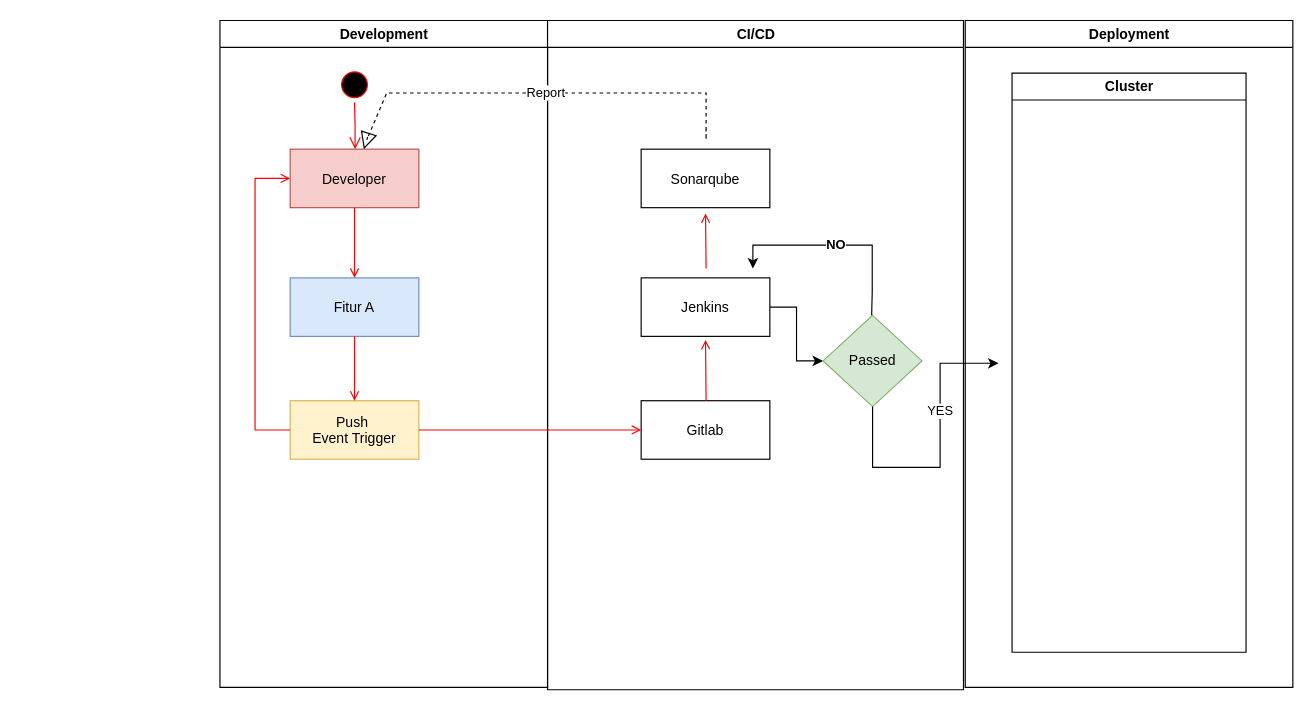
Before: flow.drawio in admhabits/admhabits, a draw.io diagram. Source tidied: cells renumbered, new cells numbered last; positions are measured from the earlier drawing's top-left corner, leaving out a move shared by most shapes. Both pictures are drawn from the tidied source at 117%, with x=0, y=0 at pixel (219, 20). Pictures stored in the file or linked from it are replaced by grey dashed boxes.
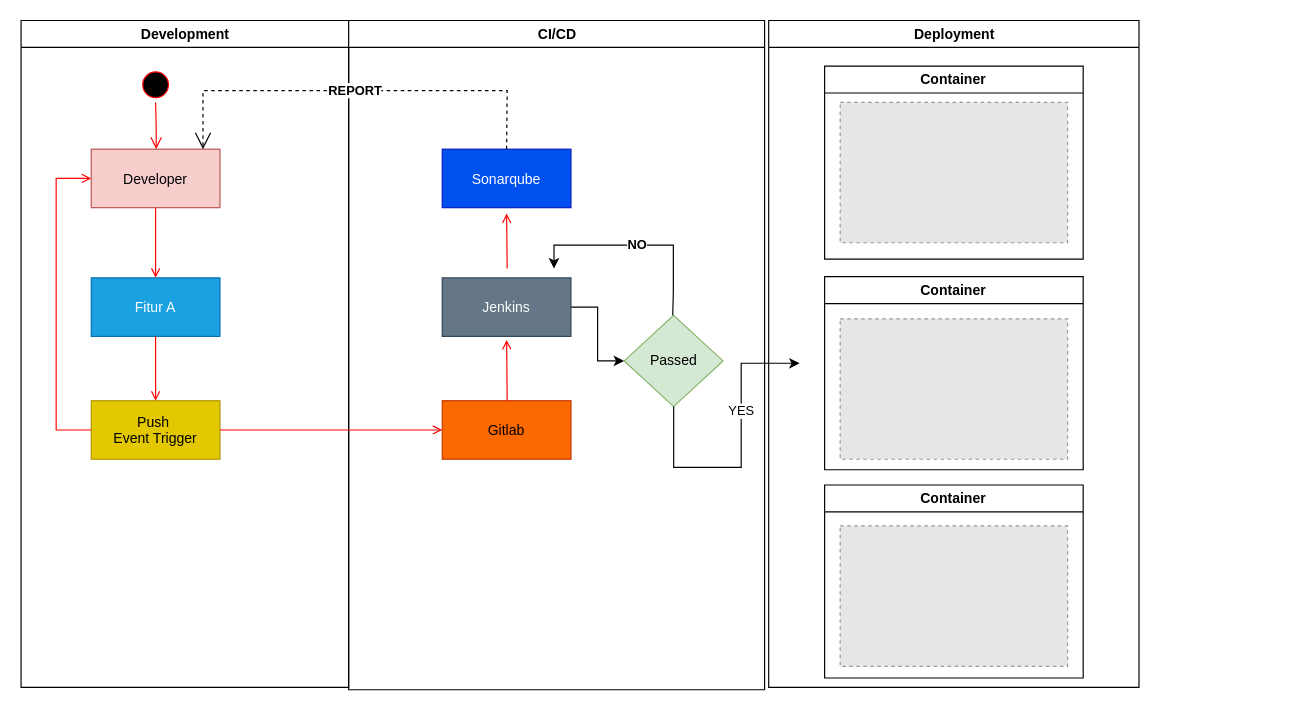
The same diagram, later.

Unchanged cells that the change refers to:
```xml
<mxCell id="5" value="Developer" style="fillColor=#f8cecc;strokeColor=#b85450;" parent="2" vertex="1">
  <mxGeometry x="60" y="110" width="110" height="50" as="geometry" />
</mxCell>
<mxCell id="18" value="Passed" style="rhombus;whiteSpace=wrap;html=1;fillColor=#d5e8d4;strokeColor=#82b366;" parent="11" vertex="1">
  <mxGeometry x="235.5" y="252" width="84.5" height="78" as="geometry" />
</mxCell>
```

Diff of the diagram source:
```diff
@@
+    <mxCell id="25" style="group;" parent="1" vertex="1">
+      <mxGeometry x="-169.5" width="955.5" height="572" as="geometry" />
+    </mxCell>
-    <mxCell id="2" value="Development" style="swimlane;whiteSpace=wrap;" parent="1" vertex="1">
-      <mxGeometry x="0.5" width="280" height="570" as="geometry" />
+    <mxCell id="2" value="Development" style="swimlane;whiteSpace=wrap;" parent="25" vertex="1">
+      <mxGeometry width="280" height="570" as="geometry" />
     </mxCell>
@@
-    <mxCell id="6" value="Fitur A" style="fillColor=#dae8fc;strokeColor=#6c8ebf;" parent="2" vertex="1">
+    <mxCell id="6" value="Fitur A" style="fillColor=#1ba1e2;strokeColor=#006EAF;fontColor=#ffffff;" parent="2" vertex="1">
       <mxGeometry x="60" y="220" width="110" height="50" as="geometry" />
     </mxCell>
@@
-    <mxCell id="8" value="Push &#10;Event Trigger" style="fillColor=#fff2cc;strokeColor=#d6b656;" parent="2" vertex="1">
+    <mxCell id="8" value="Push &#10;Event Trigger" style="fillColor=#e3c800;strokeColor=#B09500;fontColor=#000000;" parent="2" vertex="1">
       <mxGeometry x="60" y="325" width="110" height="50" as="geometry" />
     </mxCell>
@@
-    <mxCell id="11" value="CI/CD" style="swimlane;whiteSpace=wrap;" parent="1" vertex="1">
-      <mxGeometry x="280.5" width="355.5" height="572" as="geometry" />
+    <mxCell id="11" value="CI/CD" style="swimlane;whiteSpace=wrap;" parent="25" vertex="1">
+      <mxGeometry x="280" width="355.5" height="572" as="geometry" />
     </mxCell>
-    <mxCell id="12" value="Sonarqube" parent="11" vertex="1">
+    <mxCell id="12" value="Sonarqube" style="fillColor=#0050ef;strokeColor=#001DBC;fontColor=#ffffff;" parent="11" vertex="1">
       <mxGeometry x="80" y="110" width="110" height="50" as="geometry" />
     </mxCell>
@@
-    <mxCell id="14" value="Jenkins" parent="11" vertex="1">
+    <mxCell id="14" value="Jenkins" style="fillColor=#647687;fontColor=#ffffff;strokeColor=#314354;" parent="11" vertex="1">
       <mxGeometry x="80" y="220" width="110" height="50" as="geometry" />
     </mxCell>
@@
-    <mxCell id="16" value="Gitlab" parent="11" vertex="1">
+    <mxCell id="16" value="Gitlab" style="fillColor=#fa6800;fontColor=#000000;strokeColor=#C73500;" parent="11" vertex="1">
       <mxGeometry x="80" y="325" width="110" height="50" as="geometry" />
     </mxCell>
@@
+    <mxCell id="26" value="&lt;b&gt;REPORT&lt;br&gt;&lt;/b&gt;" style="endArrow=open;endSize=12;dashed=1;html=1;rounded=0;exitX=0.5;exitY=0;exitDx=0;exitDy=0;" parent="11" edge="1" source="12">
+      <mxGeometry relative="1" as="geometry">
+        <mxPoint x="-124.5" y="110" as="targetPoint" />
+        <Array as="points">
+          <mxPoint x="135.5" y="60" />
+          <mxPoint x="-124.5" y="60" />
+        </Array>
+      </mxGeometry>
+    </mxCell>
-    <mxCell id="20" value="Deployment" style="swimlane;whiteSpace=wrap;startSize=23;" parent="1" vertex="1">
-      <mxGeometry x="637.5" width="280" height="570" as="geometry" />
+    <mxCell id="20" value="Deployment" style="swimlane;whiteSpace=wrap;startSize=23;" parent="25" vertex="1">
+      <mxGeometry x="639" width="316.5" height="570" as="geometry" />
     </mxCell>
-    <mxCell id="21" value="Cluster" style="swimlane;whiteSpace=wrap;html=1;" parent="20" vertex="1">
-      <mxGeometry x="40" y="45" width="200" height="495" as="geometry" />
+    <mxCell id="21" value="Container" style="swimlane;whiteSpace=wrap;html=1;startSize=23;" parent="20" vertex="1">
+      <mxGeometry x="47.8" y="39" width="221" height="165" as="geometry" />
     </mxCell>
+    <mxCell id="27" style="fillColor=#E6E6E6;strokeColor=#999999;dashed=1;verticalLabelPosition=bottom;labelBackgroundColor=default;verticalAlign=top;" parent="21" vertex="1">
+      <mxGeometry x="13.3" y="31" width="194.4" height="120" as="geometry" />
+    </mxCell>
+    <mxCell id="28" value="Container" style="swimlane;whiteSpace=wrap;html=1;startSize=23;" parent="20" vertex="1">
+      <mxGeometry x="47.8" y="219" width="221" height="165" as="geometry" />
+    </mxCell>
+    <mxCell id="29" style="fillColor=#E6E6E6;strokeColor=#999999;dashed=1;verticalLabelPosition=bottom;labelBackgroundColor=default;verticalAlign=top;" parent="28" vertex="1">
+      <mxGeometry x="13.3" y="36" width="194.4" height="120" as="geometry" />
+    </mxCell>
+    <mxCell id="30" value="Container" style="swimlane;whiteSpace=wrap;html=1;startSize=23;" parent="20" vertex="1">
+      <mxGeometry x="47.8" y="397" width="221" height="165" as="geometry" />
+    </mxCell>
+    <mxCell id="31" style="fillColor=#E6E6E6;strokeColor=#999999;dashed=1;verticalLabelPosition=bottom;labelBackgroundColor=default;verticalAlign=top;" parent="30" vertex="1">
+      <mxGeometry x="13.3" y="35" width="194.4" height="120" as="geometry" />
+    </mxCell>
-    <mxCell id="22" style="endArrow=open;strokeColor=#FF0000;endFill=1;rounded=0;" parent="1" edge="1" source="8" target="16">
+    <mxCell id="22" style="endArrow=open;strokeColor=#FF0000;endFill=1;rounded=0;" parent="25" edge="1" source="8" target="16">
       <mxGeometry relative="1" as="geometry" />
     </mxCell>
-    <mxCell id="23" value="Report" style="endArrow=block;dashed=1;endFill=0;endSize=12;html=1;rounded=0;" parent="1" edge="1" target="5">
-      <mxGeometry relative="1" as="geometry">
-        <mxPoint x="416" y="92" as="sourcePoint" />
-        <Array as="points">
-          <mxPoint x="416" y="102" />
-          <mxPoint x="416" y="62" />
-          <mxPoint x="143" y="62" />
-          <mxPoint x="126" y="102" />
-        </Array>
-      </mxGeometry>
-    </mxCell>
-    <mxCell id="24" value="YES" style="edgeStyle=orthogonalEdgeStyle;rounded=0;jettySize=auto;html=1;" parent="1" edge="1" source="18">
+    <mxCell id="24" value="YES" style="edgeStyle=orthogonalEdgeStyle;rounded=0;jettySize=auto;html=1;" parent="25" edge="1" source="18">
       <mxGeometry x="0.27" relative="1" as="geometry">
-        <mxPoint x="666" y="293" as="targetPoint" />
+        <mxPoint x="665.5" y="293" as="targetPoint" />
         <Array as="points">
-          <mxPoint x="558" y="382" />
-          <mxPoint x="616" y="382" />
-          <mxPoint x="616" y="293" />
+          <mxPoint x="557.5" y="382" />
+          <mxPoint x="615.5" y="382" />
+          <mxPoint x="615.5" y="293" />
         </Array>
       </mxGeometry>
     </mxCell>
```
